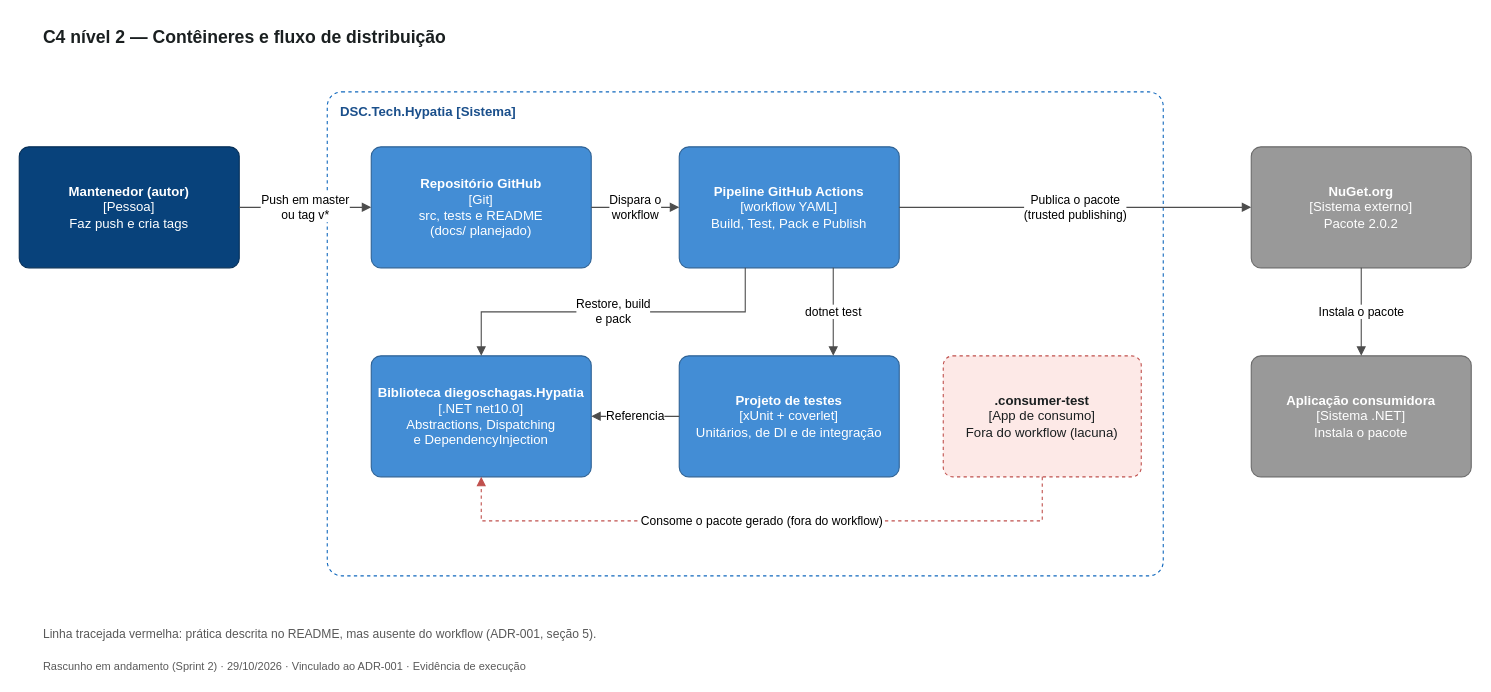
Earlier version of the draw.io diagram page "3 · C4 nível 2 · Contêineres" (3 of 6) of docs/diagramas/hypatia-mapa-do-projeto.drawio (diegoschagas/DSC.Tech.Hypatia). Source tidied: cells renumbered, new cells numbered last; positions are measured from the earlier drawing's top-left corner, leaving out a move shared by most shapes. Both pictures are drawn from the tidied source at 110%, with x=0, y=0 at pixel (19, 19).
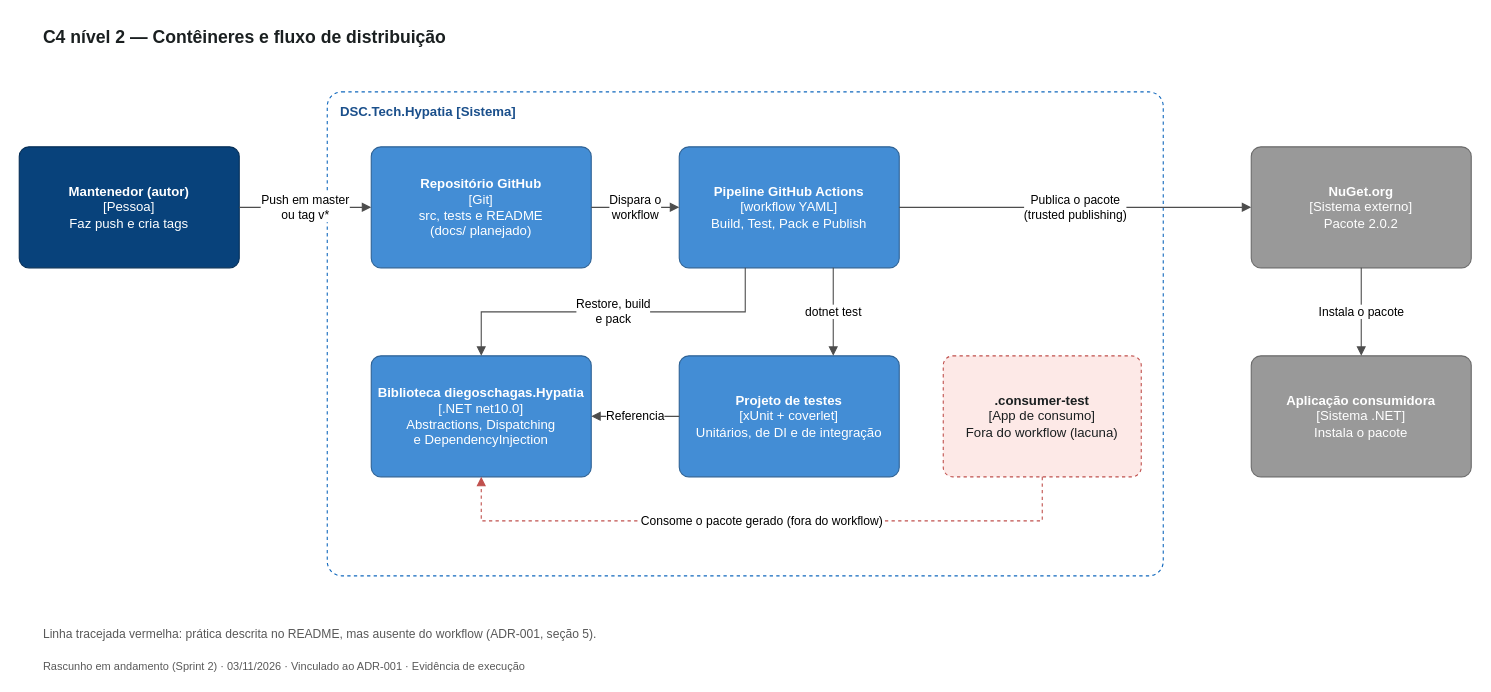
The same page after the edit.

Diff of the diagram source:
```diff
@@
-    <mxCell id="21" value="Rascunho em andamento (Sprint 2) · 29/10/2026 · Vinculado ao ADR-001 · Evidência de execução" style="text;html=1;whiteSpace=wrap;strokeColor=none;fillColor=none;align=left;verticalAlign=top;fontSize=10;fontColor=#595959;" parent="1" vertex="1">
+    <mxCell id="21" value="Rascunho em andamento (Sprint 2) · 03/11/2026 · Vinculado ao ADR-001 · Evidência de execução" style="text;html=1;whiteSpace=wrap;strokeColor=none;fillColor=none;align=left;verticalAlign=top;fontSize=10;fontColor=#595959;" parent="1" vertex="1">
       <mxGeometry x="20" y="576" width="1300" height="16" as="geometry" />
     </mxCell>
```
